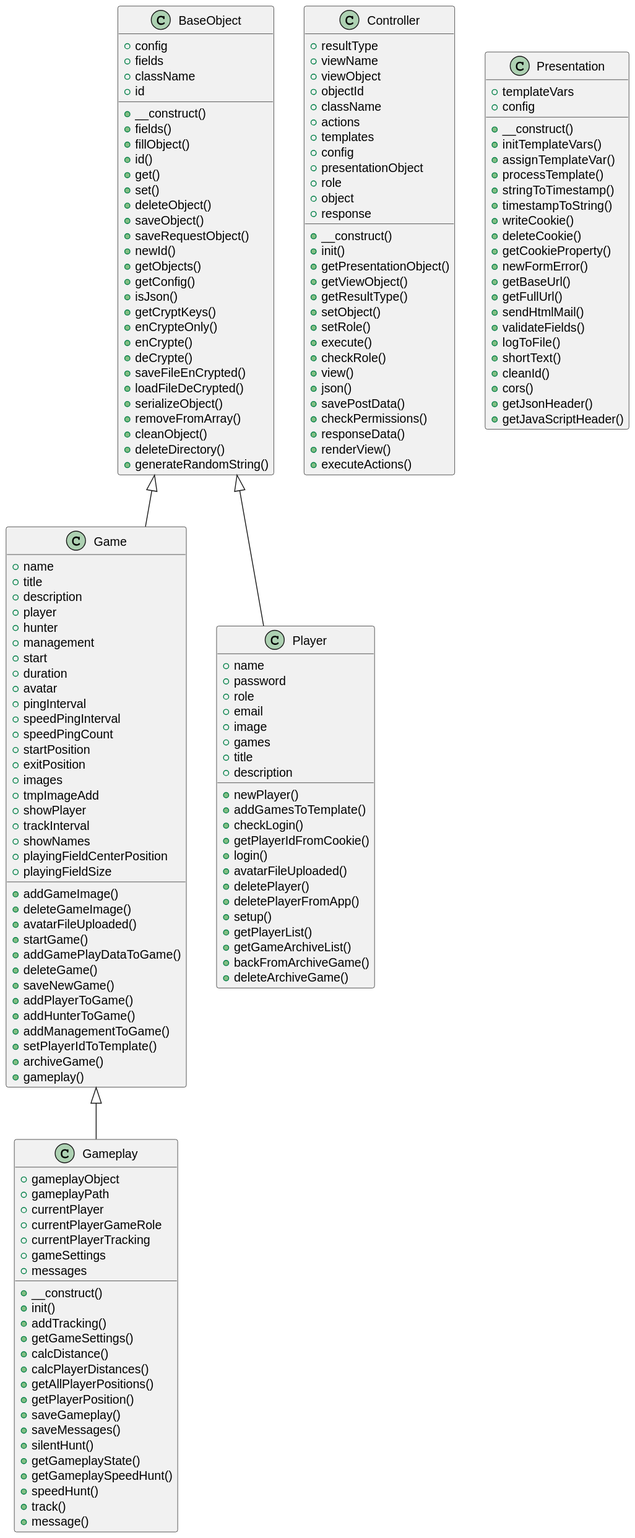
septem-sensu/friendshunt keeps this PlantUML diagram as includes/docs/php/graphs/classes.svg. Above is the earlier version.
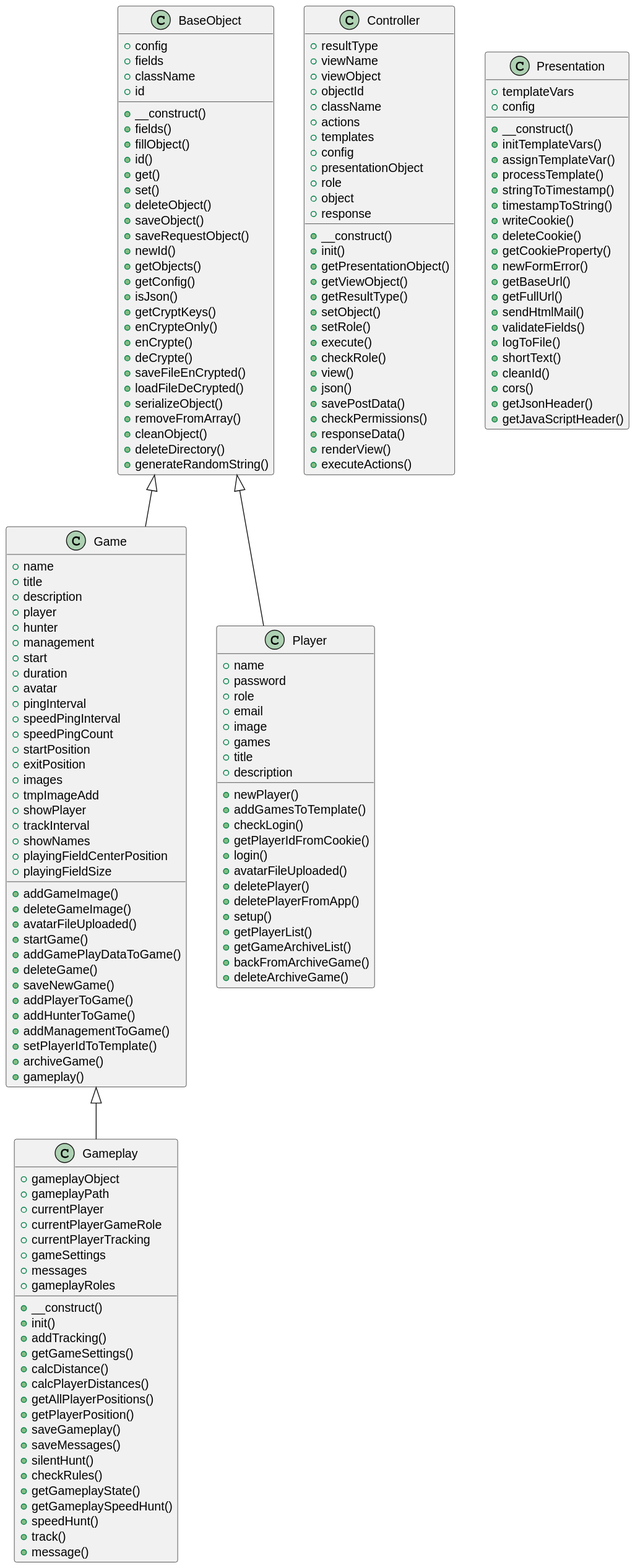
After the change.

The edit, as a diff of the source:
```diff
@@ -106,6 +106,7 @@
   +currentPlayerTracking
   +gameSettings
   +messages
+  +gameplayRoles
   +__construct()
   +init()
   +addTracking()
@@ -117,6 +118,7 @@
   +saveGameplay()
   +saveMessages()
   +silentHunt()
+  +checkRules()
   +getGameplayState()
   +getGameplaySpeedHunt()
   +speedHunt()
```
